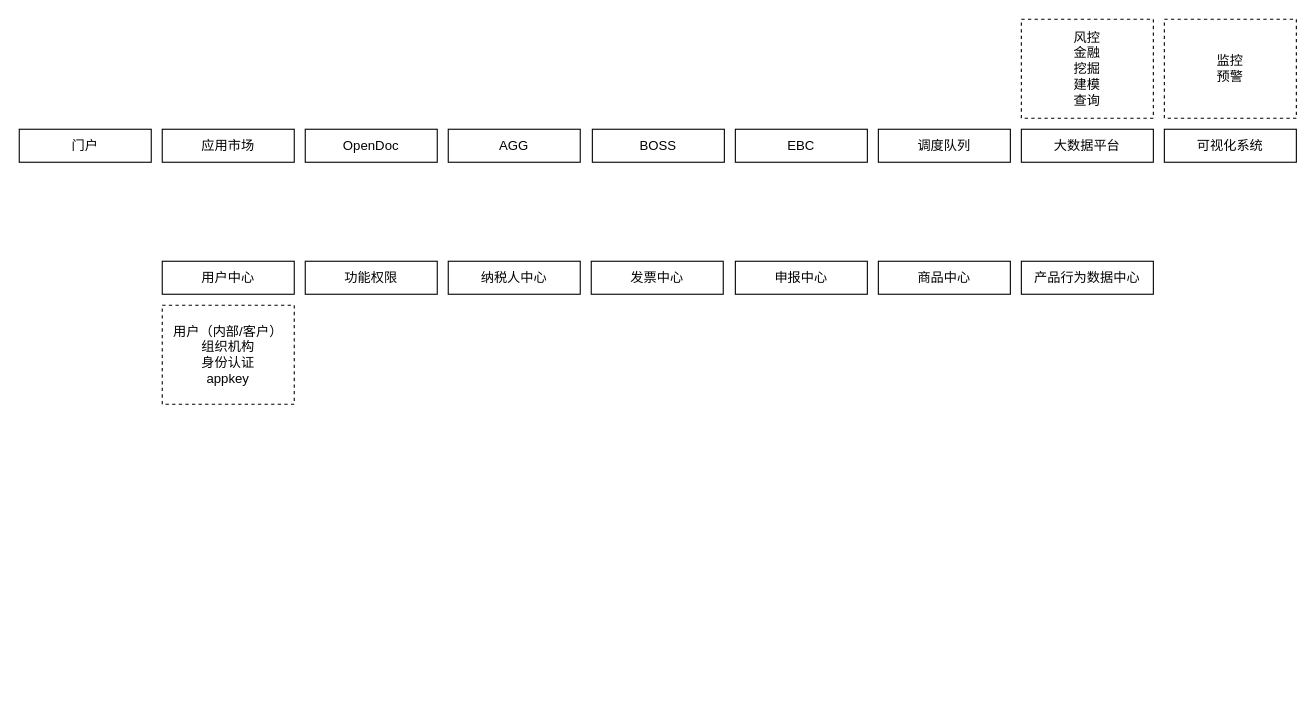
xingzhihe/hello-world keeps this draw.io diagram as 基于Boss系统的基础框架.drawio. Above is the earlier version. Source tidied: cells renumbered, new cells numbered last; positions are measured from the earlier drawing's top-left corner, leaving out a move shared by most shapes. Both pictures are drawn from the tidied source at 110%, with x=0, y=0 at pixel (19, 19).
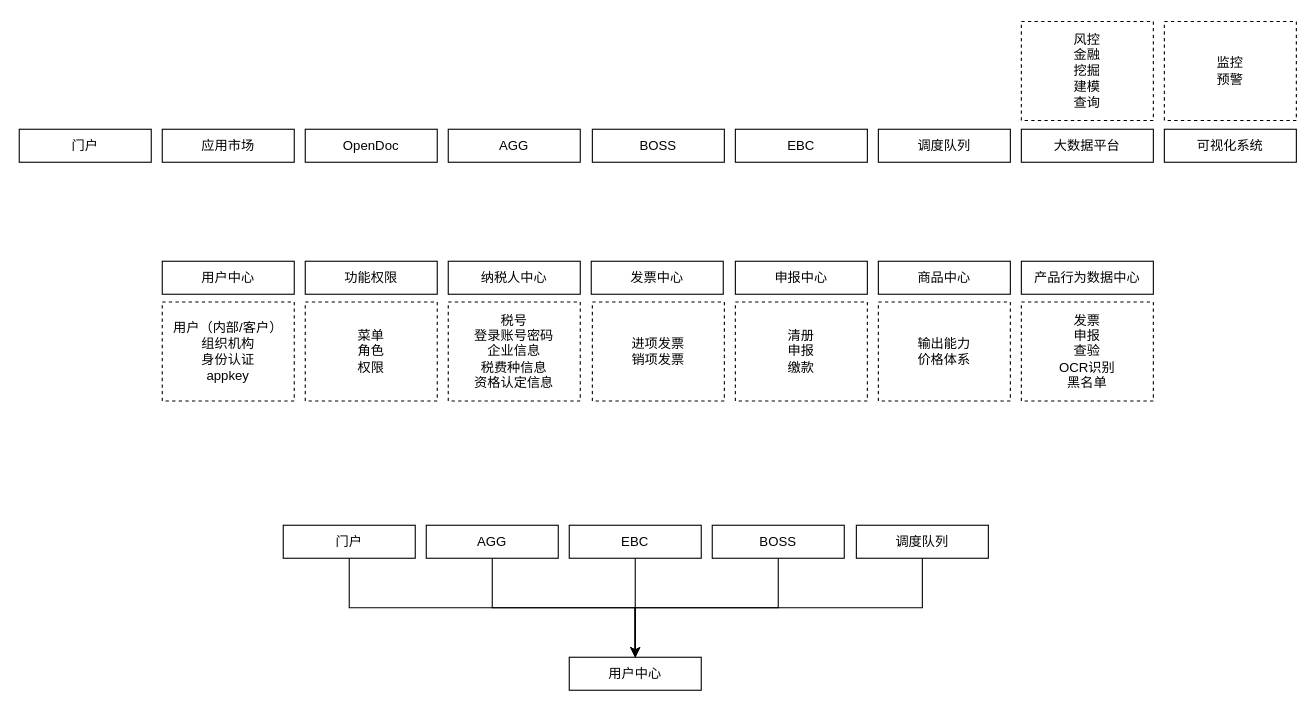
After the change.

Commit message (it also covers changes not shown here):
更新基于Boss系统的基础框架.drawio

What changed in the source:
```diff
@@
     <mxCell id="11" value="风控&lt;br&gt;金融&lt;br&gt;挖掘&lt;br&gt;建模&lt;br&gt;查询" style="rounded=0;whiteSpace=wrap;html=1;dashed=1;" parent="1" vertex="1">
-      <mxGeometry x="911" width="120" height="90" as="geometry" />
+      <mxGeometry x="911" y="2" width="120" height="90" as="geometry" />
     </mxCell>
     <mxCell id="12" value="监控&lt;br&gt;预警" style="rounded=0;whiteSpace=wrap;html=1;dashed=1;" parent="1" vertex="1">
-      <mxGeometry x="1041" width="120" height="90" as="geometry" />
+      <mxGeometry x="1041" y="2" width="120" height="90" as="geometry" />
     </mxCell>
@@
     <mxCell id="20" value="用户（内部/客户）&lt;br&gt;组织机构&lt;br&gt;身份认证&lt;br&gt;appkey" style="rounded=0;whiteSpace=wrap;html=1;dashed=1;" parent="1" vertex="1">
-      <mxGeometry x="130" y="260" width="120" height="90" as="geometry" />
+      <mxGeometry x="130" y="257" width="120" height="90" as="geometry" />
     </mxCell>
+    <mxCell id="21" value="菜单&lt;br&gt;角色&lt;br&gt;权限" style="rounded=0;whiteSpace=wrap;html=1;dashed=1;" parent="1" vertex="1">
+      <mxGeometry x="260" y="257" width="120" height="90" as="geometry" />
+    </mxCell>
+    <mxCell id="22" value="税号&lt;br&gt;登录账号密码&lt;br&gt;企业信息&lt;br&gt;税费种信息&lt;br&gt;资格认定信息" style="rounded=0;whiteSpace=wrap;html=1;dashed=1;" parent="1" vertex="1">
+      <mxGeometry x="390" y="257" width="120" height="90" as="geometry" />
+    </mxCell>
+    <mxCell id="23" value="进项发票&lt;br&gt;销项发票" style="rounded=0;whiteSpace=wrap;html=1;dashed=1;" parent="1" vertex="1">
+      <mxGeometry x="521" y="257" width="120" height="90" as="geometry" />
+    </mxCell>
+    <mxCell id="24" value="清册&lt;br&gt;申报&lt;br&gt;缴款" style="rounded=0;whiteSpace=wrap;html=1;dashed=1;" parent="1" vertex="1">
+      <mxGeometry x="651" y="257" width="120" height="90" as="geometry" />
+    </mxCell>
+    <mxCell id="25" value="输出能力&lt;br&gt;价格体系" style="rounded=0;whiteSpace=wrap;html=1;dashed=1;" parent="1" vertex="1">
+      <mxGeometry x="781" y="257" width="120" height="90" as="geometry" />
+    </mxCell>
+    <mxCell id="26" value="发票&lt;br&gt;申报&lt;br&gt;查验&lt;br&gt;OCR识别&lt;br&gt;黑名单" style="rounded=0;whiteSpace=wrap;html=1;dashed=1;" parent="1" vertex="1">
+      <mxGeometry x="911" y="257" width="120" height="90" as="geometry" />
+    </mxCell>
+    <mxCell id="27" style="edgeStyle=orthogonalEdgeStyle;rounded=0;jettySize=auto;html=1;exitX=0.5;exitY=1;exitDx=0;exitDy=0;entryX=0.5;entryY=0;entryDx=0;entryDy=0;" parent="1" edge="1" source="28" target="33">
+      <mxGeometry relative="1" as="geometry" />
+    </mxCell>
+    <mxCell id="28" value="门户" style="rounded=0;whiteSpace=wrap;html=1;" parent="1" vertex="1">
+      <mxGeometry x="240" y="460" width="120" height="30" as="geometry" />
+    </mxCell>
+    <mxCell id="29" value="AGG" style="rounded=0;whiteSpace=wrap;html=1;" parent="1" vertex="1">
+      <mxGeometry x="370" y="460" width="120" height="30" as="geometry" />
+    </mxCell>
+    <mxCell id="30" value="EBC" style="rounded=0;whiteSpace=wrap;html=1;" parent="1" vertex="1">
+      <mxGeometry x="500" y="460" width="120" height="30" as="geometry" />
+    </mxCell>
+    <mxCell id="31" value="BOSS" style="rounded=0;whiteSpace=wrap;html=1;" parent="1" vertex="1">
+      <mxGeometry x="630" y="460" width="120" height="30" as="geometry" />
+    </mxCell>
+    <mxCell id="32" value="调度队列" style="rounded=0;whiteSpace=wrap;html=1;" parent="1" vertex="1">
+      <mxGeometry x="761" y="460" width="120" height="30" as="geometry" />
+    </mxCell>
+    <mxCell id="33" value="用户中心" style="rounded=0;whiteSpace=wrap;html=1;" parent="1" vertex="1">
+      <mxGeometry x="500" y="580" width="120" height="30" as="geometry" />
+    </mxCell>
+    <mxCell id="34" style="edgeStyle=orthogonalEdgeStyle;rounded=0;jettySize=auto;html=1;entryX=0.5;entryY=0;entryDx=0;entryDy=0;exitX=0.5;exitY=1;exitDx=0;exitDy=0;" parent="1" edge="1" source="29" target="33">
+      <mxGeometry relative="1" as="geometry" />
+    </mxCell>
+    <mxCell id="35" style="edgeStyle=orthogonalEdgeStyle;rounded=0;jettySize=auto;html=1;exitX=0.5;exitY=1;exitDx=0;exitDy=0;entryX=0.5;entryY=0;entryDx=0;entryDy=0;" parent="1" edge="1" source="32" target="33">
+      <mxGeometry relative="1" as="geometry" />
+    </mxCell>
+    <mxCell id="36" style="edgeStyle=orthogonalEdgeStyle;rounded=0;jettySize=auto;html=1;exitX=0.5;exitY=1;exitDx=0;exitDy=0;entryX=0.5;entryY=0;entryDx=0;entryDy=0;" parent="1" edge="1" source="30" target="33">
+      <mxGeometry relative="1" as="geometry" />
+    </mxCell>
+    <mxCell id="37" style="edgeStyle=orthogonalEdgeStyle;rounded=0;jettySize=auto;html=1;exitX=0.5;exitY=1;exitDx=0;exitDy=0;entryX=0.5;entryY=0;entryDx=0;entryDy=0;" parent="1" edge="1" source="31" target="33">
+      <mxGeometry relative="1" as="geometry" />
+    </mxCell>
```
